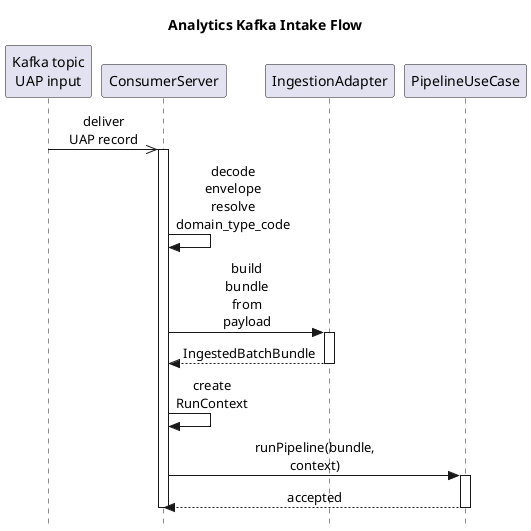
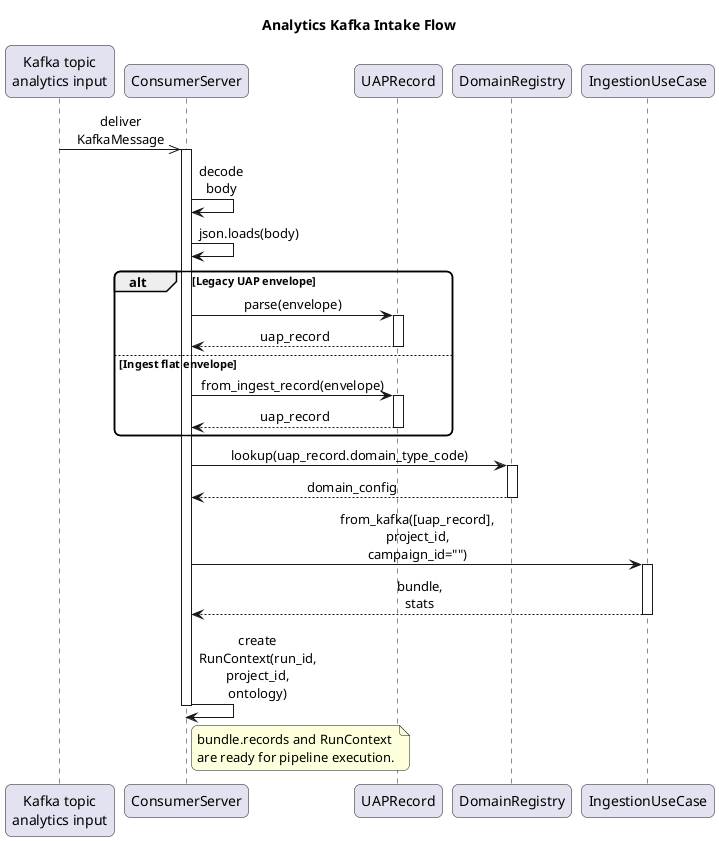
@startuml
title Analytics Kafka Intake Flow
- hide footbox
- skinparam style strictuml
+ skinparam defaultFontName Arial
+ skinparam shadowing false
skinparam sequenceMessageAlign center
skinparam responseMessageBelowArrow true
skinparam maxMessageSize 70
+ skinparam roundcorner 12

- participant "Kafka topic\nUAP input" as Kafka
+ participant "Kafka topic\nanalytics input" as Kafka
participant "ConsumerServer" as Consumer
- participant "IngestionAdapter" as Adapter
- participant "PipelineUseCase" as Pipeline
+ participant "UAPRecord" as UAPRecord
+ participant "DomainRegistry" as DomainRegistry
+ participant "IngestionUseCase" as Ingestion

- Kafka ->> Consumer : deliver UAP record
+ Kafka ->> Consumer : deliver KafkaMessage
activate Consumer
- Consumer -> Consumer : decode envelope\nresolve domain_type_code
- Consumer -> Adapter : build bundle from payload
- activate Adapter
- Adapter --> Consumer : IngestedBatchBundle
- deactivate Adapter
- Consumer -> Consumer : create RunContext
- Consumer -> Pipeline : runPipeline(bundle, context)
- activate Pipeline
- Pipeline --> Consumer : accepted
- deactivate Pipeline
+ Consumer -> Consumer : decode body
+ Consumer -> Consumer : json.loads(body)
+ 
+ alt Legacy UAP envelope
+   Consumer -> UAPRecord : parse(envelope)
+   activate UAPRecord
+   UAPRecord --> Consumer : uap_record
+   deactivate UAPRecord
+ else Ingest flat envelope
+   Consumer -> UAPRecord : from_ingest_record(envelope)
+   activate UAPRecord
+   UAPRecord --> Consumer : uap_record
+   deactivate UAPRecord
+ end
+ 
+ Consumer -> DomainRegistry : lookup(uap_record.domain_type_code)
+ activate DomainRegistry
+ DomainRegistry --> Consumer : domain_config
+ deactivate DomainRegistry
+ 
+ Consumer -> Ingestion : from_kafka([uap_record], project_id, campaign_id="")
+ activate Ingestion
+ Ingestion --> Consumer : bundle, stats
+ deactivate Ingestion
+ 
+ Consumer -> Consumer : create RunContext(run_id, project_id, ontology)
+ note right of Consumer
+   bundle.records and RunContext
+   are ready for pipeline execution.
+ end note
deactivate Consumer
@enduml
